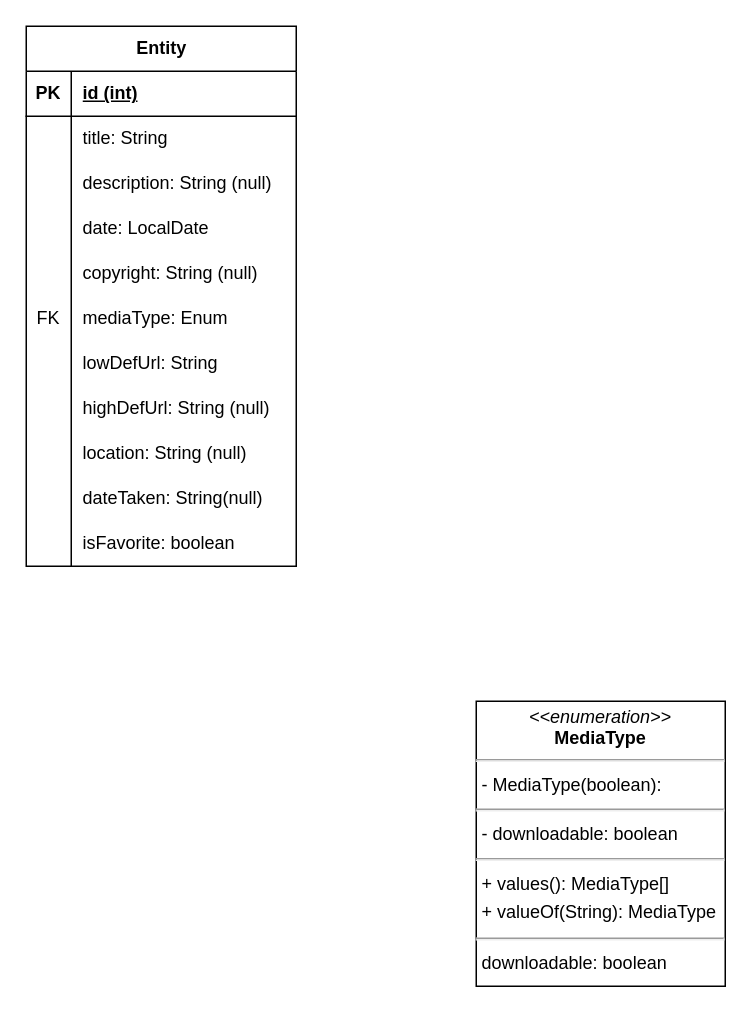
This is docs/work/erd.drawio from ddc-java-20/space-seek-mincfranc, a draw.io file, before an edit. Source tidied: cells renumbered, new cells numbered last; positions are measured from the earlier drawing's top-left corner, leaving out a move shared by most shapes. Both pictures are drawn from the tidied source at 150%, with x=0, y=0 at pixel (26, 26).
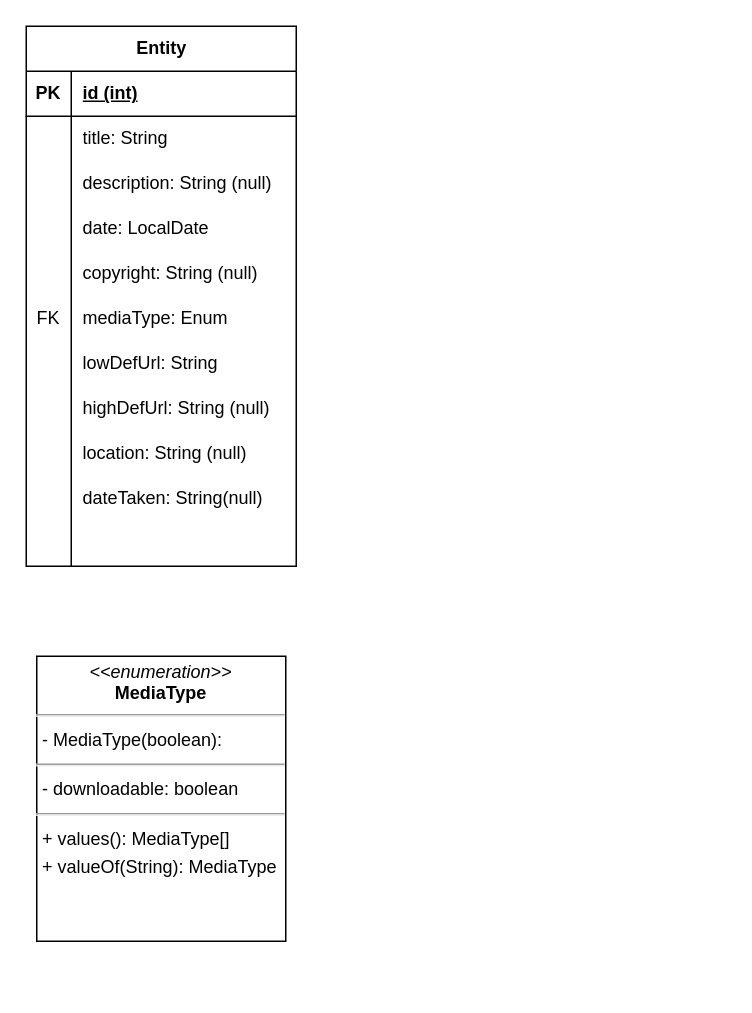
The same diagram, later.

Commit message (it also covers changes not shown here):
Modified Apod entity, added source erd and uml.

Unchanged cells that the change refers to:
```xml
<mxCell id="34" style="shape=tableRow;horizontal=0;startSize=0;swimlaneHead=0;swimlaneBody=0;fillColor=none;top=0;left=0;right=0;bottom=0;" parent="3" vertex="1">
  <mxGeometry y="330" width="180" height="30" as="geometry" />
</mxCell>
```

The edit, as a diff of the source:
```diff
@@
-    <mxCell id="2" value="&lt;p style=&quot;margin:0px;margin-top:4px;text-align:center;&quot;&gt;&lt;i&gt;&amp;lt;&amp;lt;enumeration&amp;gt;&amp;gt;&lt;/i&gt;&lt;br&gt;&lt;b&gt;MediaType&lt;/b&gt;&lt;/p&gt;&lt;hr&gt;&lt;p style=&quot;margin:0 0 0 4px;line-height:1.6;&quot;&gt;- MediaType(boolean): &lt;/p&gt;&lt;hr&gt;&lt;p style=&quot;margin:0 0 0 4px;line-height:1.6;&quot;&gt;- downloadable: boolean&lt;/p&gt;&lt;hr&gt;&lt;p style=&quot;margin:0 0 0 4px;line-height:1.6;&quot;&gt;+ values(): MediaType[]&lt;br&gt;+ valueOf(String): MediaType&lt;/p&gt;&lt;hr&gt;&lt;p style=&quot;margin:0 0 0 4px;line-height:1.6;&quot;&gt; downloadable: boolean&lt;/p&gt;" style="verticalAlign=top;align=left;overflow=fill;fontSize=12;fontFamily=Helvetica;html=1;rounded=0;shadow=0;comic=0;labelBackgroundColor=none;strokeWidth=1;" parent="1" vertex="1">
-      <mxGeometry x="300" y="450" width="166" height="190" as="geometry" />
+    <mxCell id="2" value="&lt;p style=&quot;margin:0px;margin-top:4px;text-align:center;&quot;&gt;&lt;i&gt;&amp;lt;&amp;lt;enumeration&amp;gt;&amp;gt;&lt;/i&gt;&lt;br&gt;&lt;b&gt;MediaType&lt;/b&gt;&lt;/p&gt;&lt;hr&gt;&lt;p style=&quot;margin:0 0 0 4px;line-height:1.6;&quot;&gt;- MediaType(boolean): &lt;/p&gt;&lt;hr&gt;&lt;p style=&quot;margin:0 0 0 4px;line-height:1.6;&quot;&gt;- downloadable: boolean&lt;/p&gt;&lt;hr&gt;&lt;p style=&quot;margin:0 0 0 4px;line-height:1.6;&quot;&gt;+ values(): MediaType[]&lt;br&gt;+ valueOf(String): MediaType&lt;/p&gt;&lt;p style=&quot;margin:0 0 0 4px;line-height:1.6;&quot;&gt;&lt;br&gt;&lt;/p&gt;" style="verticalAlign=top;align=left;overflow=fill;fontSize=12;fontFamily=Helvetica;html=1;rounded=0;shadow=0;comic=0;labelBackgroundColor=none;strokeWidth=1;" parent="1" vertex="1">
+      <mxGeometry x="7" y="420" width="166" height="190" as="geometry" />
     </mxCell>
@@
-    <mxCell id="36" value="isFavorite: boolean" style="shape=partialRectangle;fillColor=none;top=0;left=0;bottom=0;right=0;align=left;spacingLeft=6;overflow=hidden;whiteSpace=wrap;html=1;" parent="34" vertex="1">
+    <mxCell id="36" style="shape=partialRectangle;fillColor=none;top=0;left=0;bottom=0;right=0;align=left;spacingLeft=6;overflow=hidden;whiteSpace=wrap;html=1;" parent="34" vertex="1">
       <mxGeometry x="30" width="150" height="30" as="geometry" />
     </mxCell>
```
